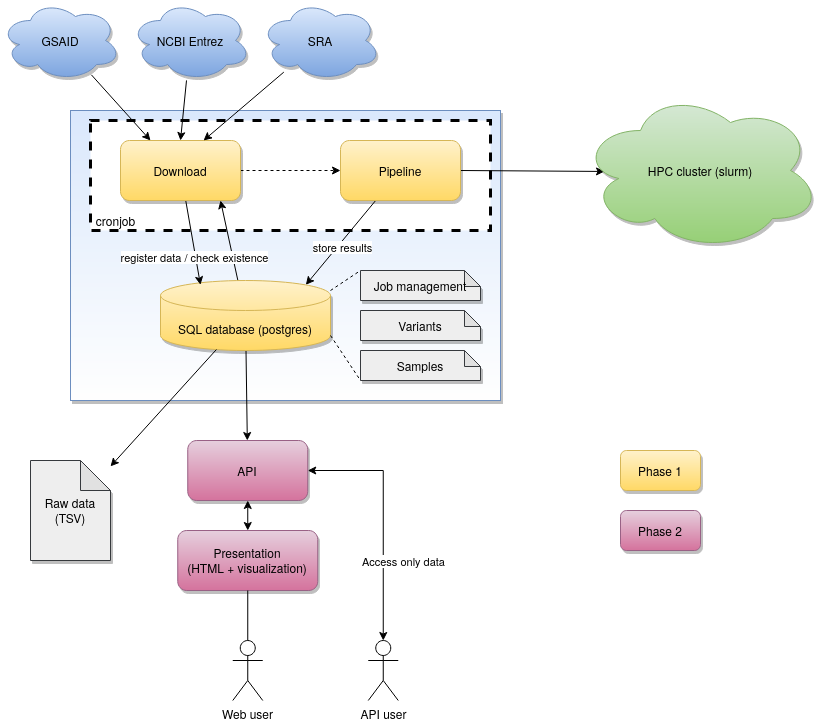
TRON-Bioinformatics/covigator keeps this draw.io diagram as docs/resources/system_design.png. Above is the earlier version. Source tidied: cells renumbered, new cells last; positions are measured from the earlier drawing's top-left corner, leaving out a move shared by most shapes. The source it was exported from:
```xml
<mxGraphModel>
  <root>
    <mxCell id="0" />
    <mxCell id="1" parent="0" />
    <mxCell id="2" style="rounded=0;whiteSpace=wrap;html=1;shadow=1;fillColor=#dae8fc;strokeColor=#6c8ebf;gradientColor=#ffffff;" parent="1" vertex="1">
      <mxGeometry x="70" y="110" width="430" height="290" as="geometry" />
    </mxCell>
    <mxCell id="3" style="rounded=0;whiteSpace=wrap;html=1;dashed=1;strokeWidth=3;" parent="1" vertex="1">
      <mxGeometry x="90" y="120" width="400" height="110" as="geometry" />
    </mxCell>
    <mxCell id="4" style="edgeStyle=none;rounded=0;jettySize=auto;html=1;exitX=0.5;exitY=0;exitDx=0;exitDy=0;entryX=0.5;entryY=1;entryDx=0;entryDy=0;startArrow=classic;startFill=1;" parent="1" edge="1" source="5" target="19">
      <mxGeometry relative="1" as="geometry" />
    </mxCell>
    <mxCell id="5" value="Presentation&lt;br&gt;(HTML + visualization)" style="rounded=1;whiteSpace=wrap;html=1;gradientColor=#d5739d;fillColor=#e6d0de;strokeColor=#996185;shadow=1;" parent="1" vertex="1">
      <mxGeometry x="177.2" y="530" width="140" height="60" as="geometry" />
    </mxCell>
    <mxCell id="6" style="edgeStyle=orthogonalEdgeStyle;rounded=0;jettySize=auto;html=1;entryX=0.5;entryY=1;entryDx=0;entryDy=0;endArrow=none;endFill=0;" parent="1" edge="1" source="7" target="5">
      <mxGeometry relative="1" as="geometry" />
    </mxCell>
    <mxCell id="7" value="Web user" style="shape=umlActor;verticalLabelPosition=bottom;verticalAlign=top;html=1;outlineConnect=0;" parent="1" vertex="1">
      <mxGeometry x="232.2" y="640" width="30" height="60" as="geometry" />
    </mxCell>
    <mxCell id="8" style="edgeStyle=none;rounded=0;jettySize=auto;html=1;entryX=0.855;entryY=0;entryDx=0;entryDy=4.35;entryPerimeter=0;" parent="1" edge="1" source="11" target="14">
      <mxGeometry relative="1" as="geometry" />
    </mxCell>
    <mxCell id="9" value="store results" style="edgeLabel;html=1;align=center;verticalAlign=middle;" parent="8" vertex="1">
      <mxGeometry x="-0.36" y="3" relative="1" as="geometry">
        <mxPoint x="-13.2" y="17.7" as="offset" />
      </mxGeometry>
    </mxCell>
    <mxCell id="10" style="edgeStyle=none;rounded=0;jettySize=auto;html=1;exitX=1;exitY=0.5;exitDx=0;exitDy=0;entryX=0.1;entryY=0.506;entryDx=0;entryDy=0;entryPerimeter=0;" parent="1" edge="1" source="11" target="30">
      <mxGeometry relative="1" as="geometry" />
    </mxCell>
    <mxCell id="11" value="Pipeline" style="rounded=1;whiteSpace=wrap;html=1;gradientColor=#ffd966;fillColor=#fff2cc;strokeColor=#d6b656;shadow=1;" parent="1" vertex="1">
      <mxGeometry x="340" y="140" width="120" height="60" as="geometry" />
    </mxCell>
    <mxCell id="12" style="edgeStyle=none;rounded=0;jettySize=auto;html=1;" parent="1" edge="1" source="14">
      <mxGeometry relative="1" as="geometry">
        <mxPoint x="220" y="200" as="targetPoint" />
      </mxGeometry>
    </mxCell>
    <mxCell id="13" style="edgeStyle=none;rounded=0;jettySize=auto;html=1;" parent="1" edge="1" source="14" target="19">
      <mxGeometry relative="1" as="geometry" />
    </mxCell>
    <mxCell id="14" value="SQL database (postgres)" style="shape=cylinder3;whiteSpace=wrap;html=1;boundedLbl=1;backgroundOutline=1;size=15;gradientColor=#ffd966;fillColor=#fff2cc;strokeColor=#d6b656;shadow=1;" parent="1" vertex="1">
      <mxGeometry x="160" y="280" width="170" height="70" as="geometry" />
    </mxCell>
    <mxCell id="15" style="rounded=0;jettySize=auto;html=1;entryX=0.235;entryY=0.062;entryDx=0;entryDy=0;entryPerimeter=0;" parent="1" edge="1" source="18" target="14">
      <mxGeometry relative="1" as="geometry" />
    </mxCell>
    <mxCell id="16" value="register data / check existence" style="edgeLabel;html=1;align=center;verticalAlign=middle;" parent="15" vertex="1">
      <mxGeometry x="0.34" y="-2" relative="1" as="geometry" />
    </mxCell>
    <mxCell id="17" style="edgeStyle=none;rounded=0;jettySize=auto;html=1;entryX=0;entryY=0.5;entryDx=0;entryDy=0;dashed=1;" parent="1" edge="1" source="18" target="11">
      <mxGeometry relative="1" as="geometry" />
    </mxCell>
    <mxCell id="18" value="Download" style="rounded=1;whiteSpace=wrap;html=1;gradientColor=#ffd966;fillColor=#fff2cc;strokeColor=#d6b656;shadow=1;" parent="1" vertex="1">
      <mxGeometry x="120" y="140" width="120" height="60" as="geometry" />
    </mxCell>
    <mxCell id="19" value="API" style="rounded=1;whiteSpace=wrap;html=1;gradientColor=#d5739d;fillColor=#e6d0de;strokeColor=#996185;shadow=1;" parent="1" vertex="1">
      <mxGeometry x="187.2" y="440" width="120" height="60" as="geometry" />
    </mxCell>
    <mxCell id="20" style="edgeStyle=none;rounded=0;jettySize=auto;html=1;entryX=1;entryY=0.5;entryDx=0;entryDy=0;startArrow=classic;startFill=1;" parent="1" edge="1" source="22" target="19">
      <mxGeometry relative="1" as="geometry">
        <Array as="points">
          <mxPoint x="382.8" y="470" />
        </Array>
      </mxGeometry>
    </mxCell>
    <mxCell id="21" value="Access only data" style="edgeLabel;html=1;align=center;verticalAlign=middle;" parent="20" vertex="1">
      <mxGeometry x="-0.17" y="-1" relative="1" as="geometry">
        <mxPoint x="19" y="21" as="offset" />
      </mxGeometry>
    </mxCell>
    <mxCell id="22" value="API user" style="shape=umlActor;verticalLabelPosition=bottom;verticalAlign=top;html=1;outlineConnect=0;" parent="1" vertex="1">
      <mxGeometry x="367.8" y="640" width="30" height="60" as="geometry" />
    </mxCell>
    <mxCell id="23" style="edgeStyle=none;rounded=0;jettySize=auto;html=1;entryX=0.25;entryY=0;entryDx=0;entryDy=0;" parent="1" edge="1" source="24" target="18">
      <mxGeometry relative="1" as="geometry" />
    </mxCell>
    <mxCell id="24" value="GSAID" style="ellipse;shape=cloud;whiteSpace=wrap;html=1;gradientColor=#7ea6e0;fillColor=#dae8fc;strokeColor=#6c8ebf;shadow=1;" parent="1" vertex="1">
      <mxGeometry width="120" height="80" as="geometry" />
    </mxCell>
    <mxCell id="25" style="edgeStyle=none;rounded=0;jettySize=auto;html=1;entryX=0.5;entryY=0;entryDx=0;entryDy=0;" parent="1" edge="1" source="26" target="18">
      <mxGeometry relative="1" as="geometry" />
    </mxCell>
    <mxCell id="26" value="NCBI Entrez" style="ellipse;shape=cloud;whiteSpace=wrap;html=1;gradientColor=#7ea6e0;fillColor=#dae8fc;strokeColor=#6c8ebf;shadow=1;" parent="1" vertex="1">
      <mxGeometry x="130" width="120" height="80" as="geometry" />
    </mxCell>
    <mxCell id="27" style="edgeStyle=none;rounded=0;jettySize=auto;html=1;entryX=0.692;entryY=0;entryDx=0;entryDy=0;entryPerimeter=0;" parent="1" edge="1" source="28" target="18">
      <mxGeometry relative="1" as="geometry" />
    </mxCell>
    <mxCell id="28" value="SRA" style="ellipse;shape=cloud;whiteSpace=wrap;html=1;gradientColor=#7ea6e0;fillColor=#dae8fc;strokeColor=#6c8ebf;shadow=1;" parent="1" vertex="1">
      <mxGeometry x="260" width="120" height="80" as="geometry" />
    </mxCell>
    <mxCell id="29" value="cronjob" style="text;html=1;align=center;verticalAlign=middle;" parent="1" vertex="1">
      <mxGeometry x="90" y="210" width="50" height="20" as="geometry" />
    </mxCell>
    <mxCell id="30" value="HPC cluster (slurm)" style="ellipse;shape=cloud;whiteSpace=wrap;html=1;gradientColor=#97d077;fillColor=#d5e8d4;strokeColor=#82b366;shadow=1;" parent="1" vertex="1">
      <mxGeometry x="580" y="90" width="240" height="160" as="geometry" />
    </mxCell>
    <mxCell id="31" value="Job management" style="shape=note;whiteSpace=wrap;html=1;backgroundOutline=1;darkOpacity=0.05;strokeWidth=1;size=16;fillColor=#eeeeee;strokeColor=#36393d;shadow=1;" parent="1" vertex="1">
      <mxGeometry x="360" y="270" width="120" height="30" as="geometry" />
    </mxCell>
    <mxCell id="32" value="Variants" style="shape=note;whiteSpace=wrap;html=1;backgroundOutline=1;darkOpacity=0.05;strokeWidth=1;size=16;fillColor=#eeeeee;strokeColor=#36393d;shadow=1;" parent="1" vertex="1">
      <mxGeometry x="360" y="310" width="120" height="30" as="geometry" />
    </mxCell>
    <mxCell id="33" value="Samples" style="shape=note;whiteSpace=wrap;html=1;backgroundOutline=1;darkOpacity=0.05;strokeWidth=1;size=16;fillColor=#eeeeee;strokeColor=#36393d;shadow=1;" parent="1" vertex="1">
      <mxGeometry x="360" y="350" width="120" height="30" as="geometry" />
    </mxCell>
    <mxCell id="34" style="endArrow=none;dashed=1;html=1;exitX=1;exitY=0.143;exitDx=0;exitDy=0;exitPerimeter=0;" parent="1" edge="1" source="14">
      <mxGeometry relative="1" as="geometry">
        <mxPoint x="360" y="270" as="targetPoint" />
      </mxGeometry>
    </mxCell>
    <mxCell id="35" style="endArrow=none;dashed=1;html=1;exitX=1;exitY=1;exitDx=0;exitDy=-15;exitPerimeter=0;strokeWidth=1;" parent="1" edge="1" source="14">
      <mxGeometry relative="1" as="geometry">
        <mxPoint x="360" y="380" as="targetPoint" />
      </mxGeometry>
    </mxCell>
    <mxCell id="36" value="Phase 1" style="rounded=1;whiteSpace=wrap;html=1;strokeWidth=1;gradientColor=#ffd966;fillColor=#fff2cc;strokeColor=#d6b656;shadow=1;" parent="1" vertex="1">
      <mxGeometry x="620" y="450" width="80" height="40" as="geometry" />
    </mxCell>
    <mxCell id="37" value="Phase 2" style="rounded=1;whiteSpace=wrap;html=1;strokeWidth=1;gradientColor=#d5739d;fillColor=#e6d0de;strokeColor=#996185;shadow=1;" parent="1" vertex="1">
      <mxGeometry x="620" y="510" width="80" height="40" as="geometry" />
    </mxCell>
    <mxCell id="38" style="edgeStyle=none;rounded=0;jettySize=auto;html=1;entryX=0.329;entryY=0.986;entryDx=0;entryDy=0;entryPerimeter=0;startArrow=classic;startFill=1;endArrow=none;endFill=0;strokeWidth=1;" parent="1" edge="1" source="39" target="14">
      <mxGeometry relative="1" as="geometry" />
    </mxCell>
    <mxCell id="39" value="Raw data (TSV)" style="shape=note;whiteSpace=wrap;html=1;backgroundOutline=1;darkOpacity=0.05;strokeWidth=1;fillColor=#eeeeee;strokeColor=#36393d;shadow=1;" parent="1" vertex="1">
      <mxGeometry x="30" y="460" width="80" height="100" as="geometry" />
    </mxCell>
  </root>
</mxGraphModel>
```
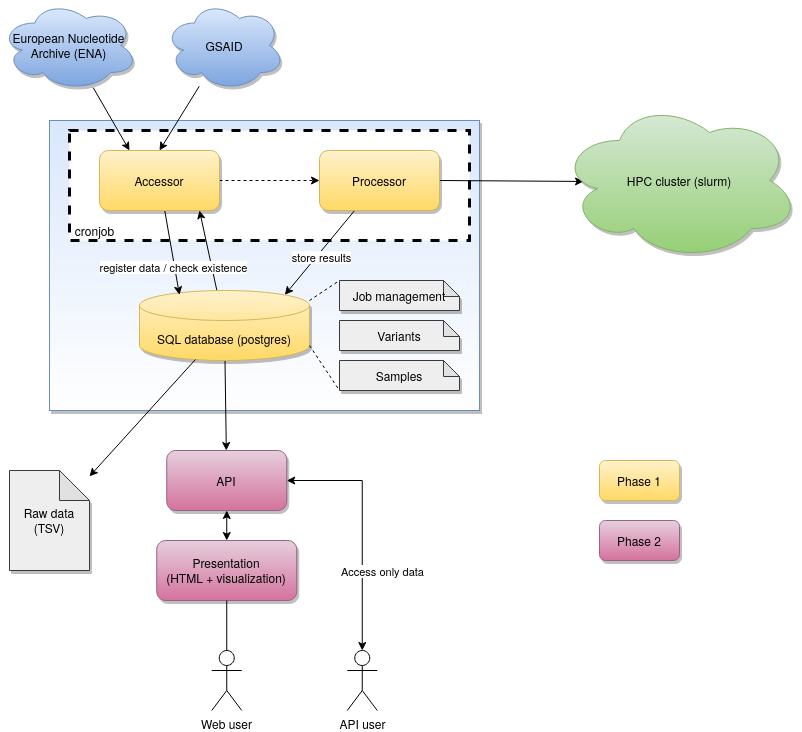
Above is the later version.

Change to the diagram source:
```diff
@@ -31,7 +31,7 @@
     <mxCell id="10" style="edgeStyle=none;rounded=0;jettySize=auto;html=1;exitX=1;exitY=0.5;exitDx=0;exitDy=0;entryX=0.1;entryY=0.506;entryDx=0;entryDy=0;entryPerimeter=0;" parent="1" edge="1" source="11" target="30">
       <mxGeometry relative="1" as="geometry" />
     </mxCell>
-    <mxCell id="11" value="Pipeline" style="rounded=1;whiteSpace=wrap;html=1;gradientColor=#ffd966;fillColor=#fff2cc;strokeColor=#d6b656;shadow=1;" parent="1" vertex="1">
+    <mxCell id="11" value="Processor" style="rounded=1;whiteSpace=wrap;html=1;gradientColor=#ffd966;fillColor=#fff2cc;strokeColor=#d6b656;shadow=1;" parent="1" vertex="1">
       <mxGeometry x="340" y="140" width="120" height="60" as="geometry" />
     </mxCell>
     <mxCell id="12" style="edgeStyle=none;rounded=0;jettySize=auto;html=1;" parent="1" edge="1" source="14">
@@ -54,7 +54,7 @@
     <mxCell id="17" style="edgeStyle=none;rounded=0;jettySize=auto;html=1;entryX=0;entryY=0.5;entryDx=0;entryDy=0;dashed=1;" parent="1" edge="1" source="18" target="11">
       <mxGeometry relative="1" as="geometry" />
     </mxCell>
-    <mxCell id="18" value="Download" style="rounded=1;whiteSpace=wrap;html=1;gradientColor=#ffd966;fillColor=#fff2cc;strokeColor=#d6b656;shadow=1;" parent="1" vertex="1">
+    <mxCell id="18" value="Accessor" style="rounded=1;whiteSpace=wrap;html=1;gradientColor=#ffd966;fillColor=#fff2cc;strokeColor=#d6b656;shadow=1;" parent="1" vertex="1">
       <mxGeometry x="120" y="140" width="120" height="60" as="geometry" />
     </mxCell>
     <mxCell id="19" value="API" style="rounded=1;whiteSpace=wrap;html=1;gradientColor=#d5739d;fillColor=#e6d0de;strokeColor=#996185;shadow=1;" parent="1" vertex="1">
@@ -78,21 +78,15 @@
     <mxCell id="23" style="edgeStyle=none;rounded=0;jettySize=auto;html=1;entryX=0.25;entryY=0;entryDx=0;entryDy=0;" parent="1" edge="1" source="24" target="18">
       <mxGeometry relative="1" as="geometry" />
     </mxCell>
-    <mxCell id="24" value="GSAID" style="ellipse;shape=cloud;whiteSpace=wrap;html=1;gradientColor=#7ea6e0;fillColor=#dae8fc;strokeColor=#6c8ebf;shadow=1;" parent="1" vertex="1">
-      <mxGeometry width="120" height="80" as="geometry" />
+    <mxCell id="24" value="European Nucleotide Archive (ENA)" style="ellipse;shape=cloud;whiteSpace=wrap;html=1;gradientColor=#7ea6e0;fillColor=#dae8fc;strokeColor=#6c8ebf;shadow=1;" parent="1" vertex="1">
+      <mxGeometry x="21" y="-10" width="137.2" height="90" as="geometry" />
     </mxCell>
     <mxCell id="25" style="edgeStyle=none;rounded=0;jettySize=auto;html=1;entryX=0.5;entryY=0;entryDx=0;entryDy=0;" parent="1" edge="1" source="26" target="18">
       <mxGeometry relative="1" as="geometry" />
     </mxCell>
-    <mxCell id="26" value="NCBI Entrez" style="ellipse;shape=cloud;whiteSpace=wrap;html=1;gradientColor=#7ea6e0;fillColor=#dae8fc;strokeColor=#6c8ebf;shadow=1;" parent="1" vertex="1">
-      <mxGeometry x="130" width="120" height="80" as="geometry" />
+    <mxCell id="26" value="GSAID" style="ellipse;shape=cloud;whiteSpace=wrap;html=1;gradientColor=#7ea6e0;fillColor=#dae8fc;strokeColor=#6c8ebf;shadow=1;" parent="1" vertex="1">
+      <mxGeometry x="185" y="-10" width="120" height="90" as="geometry" />
     </mxCell>
-    <mxCell id="27" style="edgeStyle=none;rounded=0;jettySize=auto;html=1;entryX=0.692;entryY=0;entryDx=0;entryDy=0;entryPerimeter=0;" parent="1" edge="1" source="28" target="18">
-      <mxGeometry relative="1" as="geometry" />
-    </mxCell>
-    <mxCell id="28" value="SRA" style="ellipse;shape=cloud;whiteSpace=wrap;html=1;gradientColor=#7ea6e0;fillColor=#dae8fc;strokeColor=#6c8ebf;shadow=1;" parent="1" vertex="1">
-      <mxGeometry x="260" width="120" height="80" as="geometry" />
-    </mxCell>
     <mxCell id="29" value="cronjob" style="text;html=1;align=center;verticalAlign=middle;" parent="1" vertex="1">
       <mxGeometry x="90" y="210" width="50" height="20" as="geometry" />
     </mxCell>
```
